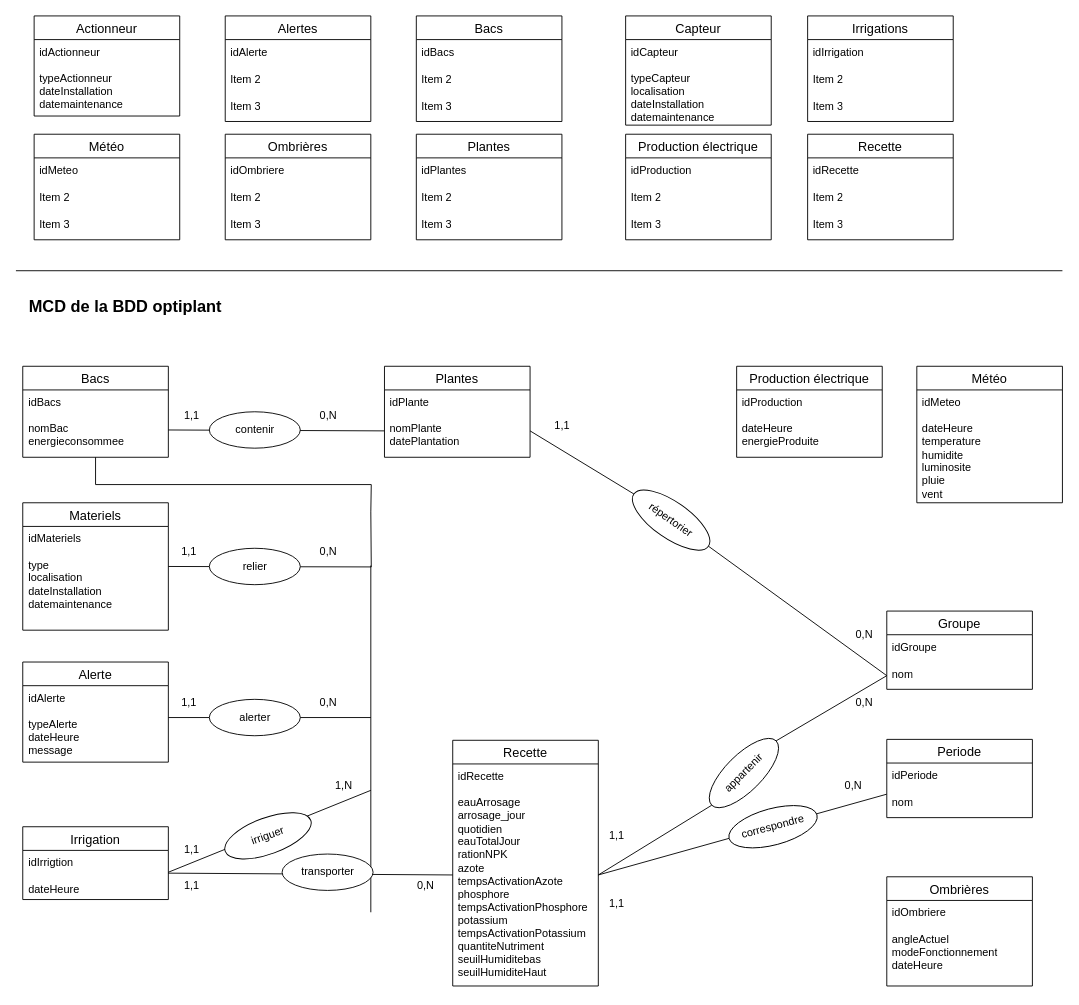
Before: MCD.drawio in SAE601/BDD, a draw.io diagram. Source tidied: cells renumbered, new cells numbered last; positions are measured from the earlier drawing's top-left corner, leaving out a move shared by most shapes. Both pictures are drawn from the tidied source at 91%, with x=0, y=0 at pixel (15, 15).
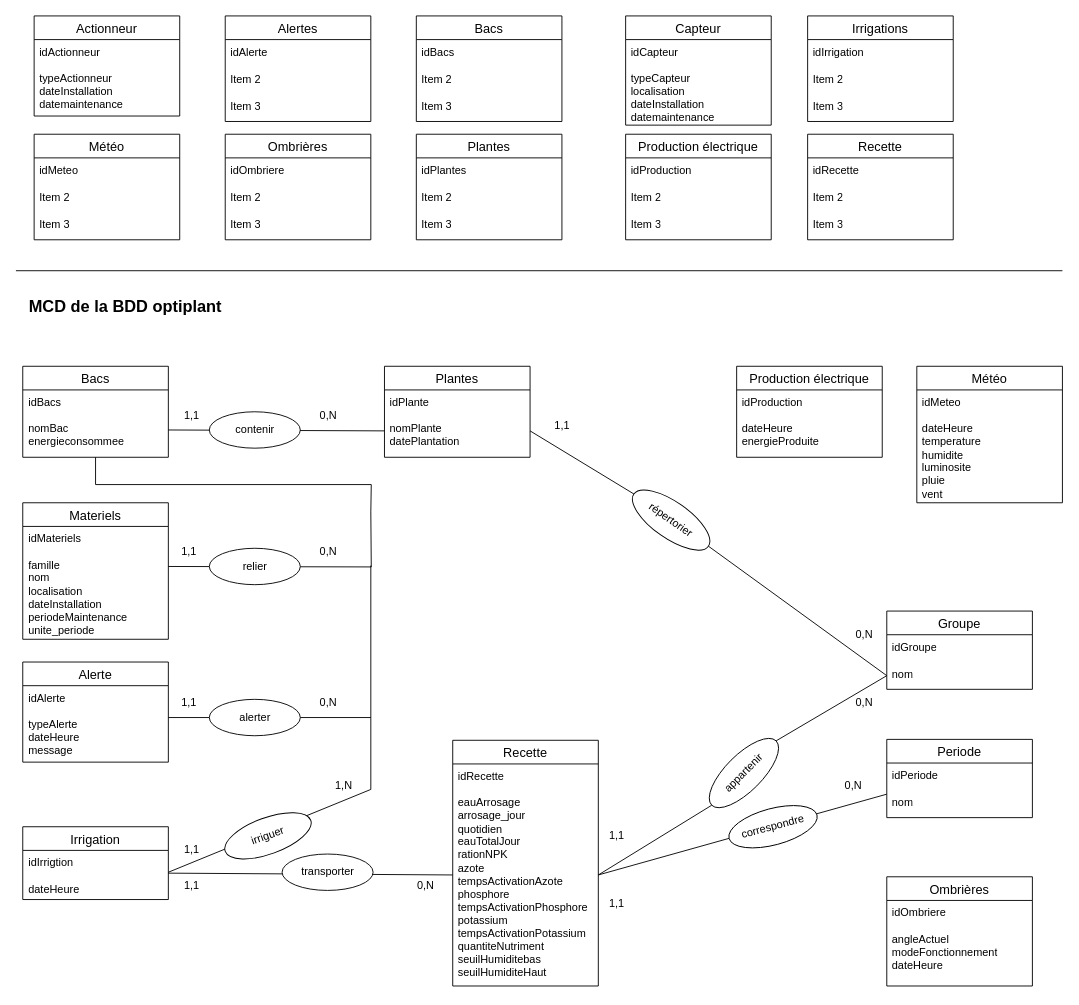
The same page after the edit.

Change to the diagram source:
```diff
@@
     <mxCell id="70" style="endArrow=none;html=1;rounded=0;" parent="1" edge="1">
       <mxGeometry relative="1" as="geometry">
         <mxPoint x="167.5" y="941" as="sourcePoint" />
-        <mxPoint x="390" y="851" as="targetPoint" />
+        <mxPoint x="390" y="850" as="targetPoint" />
       </mxGeometry>
     </mxCell>
@@
     <mxCell id="81" style="endArrow=none;html=1;rounded=0;" parent="1" edge="1">
       <mxGeometry relative="1" as="geometry">
-        <mxPoint x="390" y="985" as="sourcePoint" />
+        <mxPoint x="390" y="850" as="sourcePoint" />
         <mxPoint x="390" y="604" as="targetPoint" />
       </mxGeometry>
     </mxCell>
@@
     <mxCell id="93" value="Materiels" style="swimlane;fontStyle=0;horizontal=1;startSize=26;align=center;fontSize=14;" parent="1" vertex="1">
-      <mxGeometry x="7.5" y="535" width="160" height="140" as="geometry" />
+      <mxGeometry x="7.5" y="535" width="160" height="150" as="geometry" />
     </mxCell>
-    <mxCell id="94" value="&lt;div&gt;idMateriels&lt;/div&gt;&lt;div&gt;&lt;br&gt;&lt;/div&gt;&lt;div&gt;type&lt;/div&gt;&lt;div&gt;localisation&lt;br&gt;&lt;/div&gt;&lt;div&gt;dateInstallation&lt;/div&gt;&lt;div&gt;datemaintenance&lt;br&gt;&lt;/div&gt;" style="text;strokeColor=none;fillColor=none;spacingLeft=4;spacingRight=4;overflow=hidden;fontSize=12;whiteSpace=wrap;html=1;" parent="93" vertex="1">
-      <mxGeometry y="26" width="160" height="114" as="geometry" />
+    <mxCell id="94" value="&lt;div&gt;idMateriels&lt;/div&gt;&lt;div&gt;&lt;br&gt;&lt;/div&gt;&lt;div&gt;famille&lt;/div&gt;&lt;div&gt;nom&lt;br&gt;&lt;/div&gt;&lt;div&gt;localisation&lt;br&gt;&lt;/div&gt;&lt;div&gt;dateInstallation&lt;/div&gt;&lt;div&gt;periodeMaintenance&lt;/div&gt;&lt;div&gt;unite_periode&lt;br&gt;&lt;/div&gt;" style="text;strokeColor=none;fillColor=none;spacingLeft=4;spacingRight=4;overflow=hidden;fontSize=12;whiteSpace=wrap;html=1;" parent="93" vertex="1">
+      <mxGeometry y="26" width="160" height="124" as="geometry" />
     </mxCell>
```
